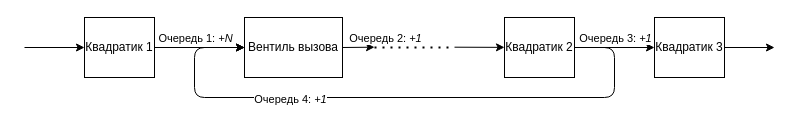
The draw.io diagram Платформа вентиль вызова.drawio in karpovilia/utils, before the edit. Source tidied: cells renumbered, new cells numbered last; positions are measured from the earlier drawing's top-left corner, leaving out a move shared by most shapes. Both pictures are drawn from the tidied source at 100%, with x=0, y=0 at pixel (24, 17).
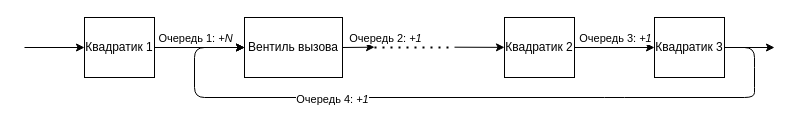
Above is the later version.

The change refers to these unchanged cells:
```xml
<mxCell id="6" value="Квадратик&lt;span&gt;&amp;nbsp;2&lt;/span&gt;" style="rounded=0;whiteSpace=wrap;html=1;" parent="1" vertex="1">
  <mxGeometry x="480" width="70" height="60" as="geometry" />
</mxCell>
<mxCell id="7" value="Вентиль вызова" style="rounded=0;whiteSpace=wrap;html=1;" parent="1" vertex="1">
  <mxGeometry x="220" width="98" height="60" as="geometry" />
</mxCell>
<mxCell id="13" value="&lt;span&gt;Квадратик 3&lt;/span&gt;" style="rounded=0;whiteSpace=wrap;html=1;" parent="1" vertex="1">
  <mxGeometry x="630" width="70" height="60" as="geometry" />
</mxCell>
```

Change to the diagram source:
```diff
@@
-    <mxCell id="14" style="endArrow=classic;html=1;exitX=1;exitY=0.5;exitDx=0;exitDy=0;entryX=0;entryY=0.5;entryDx=0;entryDy=0;" parent="1" edge="1" source="6" target="7">
+    <mxCell id="14" style="endArrow=classic;html=1;exitX=1;exitY=0.5;exitDx=0;exitDy=0;entryX=0;entryY=0.5;entryDx=0;entryDy=0;" parent="1" edge="1" source="13" target="7">
       <mxGeometry relative="1" as="geometry">
         <Array as="points">
-          <mxPoint x="590" y="30" />
+          <mxPoint x="730" y="30" />
+          <mxPoint x="730" y="60" />
+          <mxPoint x="730" y="80" />
           <mxPoint x="590" y="80" />
           <mxPoint x="170" y="80" />
           <mxPoint x="170" y="30" />
         </Array>
       </mxGeometry>
     </mxCell>
```
